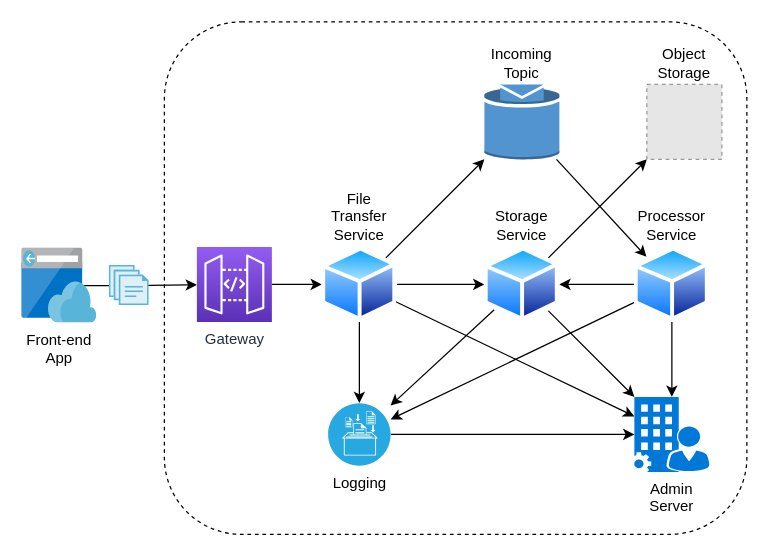
The draw.io diagram docs/file-transfer-system-architecture.drawio in jonatascbarroso/filio, before the edit. Source tidied: cells renumbered, new cells numbered last; positions are measured from the earlier drawing's top-left corner, leaving out a move shared by most shapes. Both pictures are drawn from the tidied source at 125%, with x=0, y=0 at pixel (21, 21). Pictures stored in the file or linked from it are replaced by grey dashed boxes.
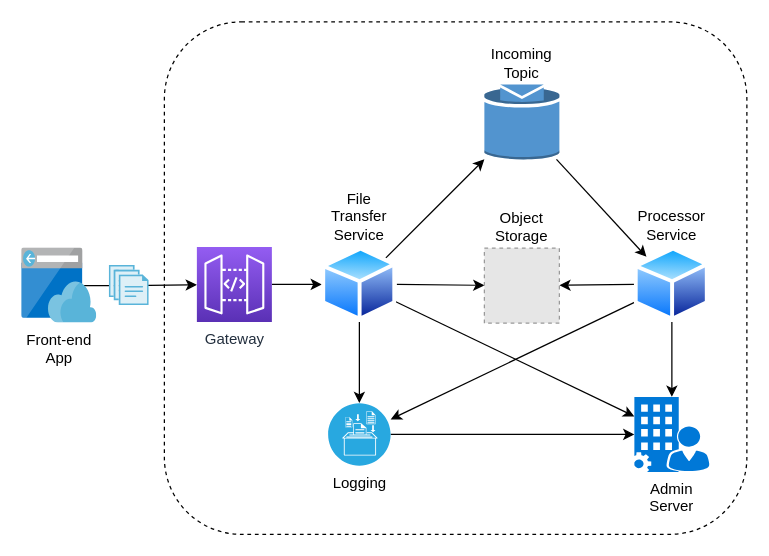
After the change.

The change refers to these unchanged cells:
```xml
<mxCell id="15" value="File Transfer Service" style="perimeter=ellipsePerimeter;html=1;align=center;shadow=0;dashed=0;spacingTop=3;image;image=img/lib/active_directory/generic_node.svg;labelPosition=center;verticalLabelPosition=top;verticalAlign=bottom;whiteSpace=wrap;" parent="1" vertex="1">
  <mxGeometry x="240" y="180" width="60" height="60" as="geometry" />
</mxCell>
<mxCell id="20" value="Processor Service" style="perimeter=ellipsePerimeter;html=1;align=center;shadow=0;dashed=0;spacingTop=3;image;image=img/lib/active_directory/generic_node.svg;labelPosition=center;verticalLabelPosition=top;verticalAlign=bottom;whiteSpace=wrap;" parent="1" vertex="1">
  <mxGeometry x="490" y="180" width="60" height="60" as="geometry" />
</mxCell>
<mxCell id="23" value="Admin Server" style="shadow=0;dashed=0;html=1;strokeColor=none;labelPosition=center;verticalLabelPosition=bottom;verticalAlign=top;align=center;shape=mxgraph.mscae.opsmanager.configuration_manager;fillColor=#0078D7;whiteSpace=wrap;" parent="1" vertex="1">
  <mxGeometry x="490" y="300" width="60" height="60" as="geometry" />
</mxCell>
<mxCell id="24" value="Logging" style="verticalLabelPosition=bottom;html=1;fillColor=#28A8E0;verticalAlign=top;points=[[0.145,0.145,0],[0.8555,0.145,0],[0.855,0.855,0],[0.145,0.855,0],[0.5,0,0], [1,0.5,0], [0.5,1,0],[0,0.5,0]];align=center;shape=mxgraph.cisco_safe.capability.logging_reporting;labelPosition=center;" parent="1" vertex="1">
  <mxGeometry x="245" y="305" width="50" height="50" as="geometry" />
</mxCell>
```

Diff of the diagram source:
```diff
@@
-    <mxCell id="9" style="edgeStyle=none;rounded=0;jettySize=auto;html=1;" parent="1" edge="1" source="27" target="16">
+    <mxCell id="9" style="edgeStyle=none;rounded=0;jettySize=auto;html=1;" parent="1" edge="1" source="15" target="16">
       <mxGeometry relative="1" as="geometry" />
     </mxCell>
@@
-    <mxCell id="12" style="rounded=0;jettySize=auto;html=1;" parent="1" edge="1" source="15" target="27">
-      <mxGeometry relative="1" as="geometry" />
-    </mxCell>
@@
     <mxCell id="16" value="Object Storage" style="fillColor=#E6E6E6;strokeColor=#999999;dashed=1;html=1;verticalAlign=bottom;verticalLabelPosition=top;labelBackgroundColor=#ffffff;whiteSpace=wrap;labelPosition=center;align=center;" parent="1" vertex="1">
-      <mxGeometry x="500" y="50" width="60" height="60" as="geometry" />
+      <mxGeometry x="370" y="181" width="60" height="60" as="geometry" />
     </mxCell>
-    <mxCell id="17" style="edgeStyle=none;rounded=0;jettySize=auto;html=1;" parent="1" edge="1" source="20" target="27">
+    <mxCell id="17" style="edgeStyle=none;rounded=0;jettySize=auto;html=1;" parent="1" edge="1" source="20" target="16">
       <mxGeometry relative="1" as="geometry" />
     </mxCell>
@@
-    <mxCell id="25" style="edgeStyle=none;rounded=0;jettySize=auto;html=1;" parent="1" edge="1" source="27" target="24">
-      <mxGeometry relative="1" as="geometry" />
-    </mxCell>
-    <mxCell id="26" style="edgeStyle=none;rounded=0;jettySize=auto;html=1;" parent="1" edge="1" source="27" target="23">
-      <mxGeometry relative="1" as="geometry" />
-    </mxCell>
-    <mxCell id="27" value="Storage Service" style="perimeter=ellipsePerimeter;html=1;align=center;shadow=0;dashed=0;spacingTop=3;image;image=img/lib/active_directory/generic_node.svg;labelPosition=center;verticalLabelPosition=top;verticalAlign=bottom;whiteSpace=wrap;" parent="1" vertex="1">
-      <mxGeometry x="370" y="180" width="60" height="60" as="geometry" />
-    </mxCell>
```
